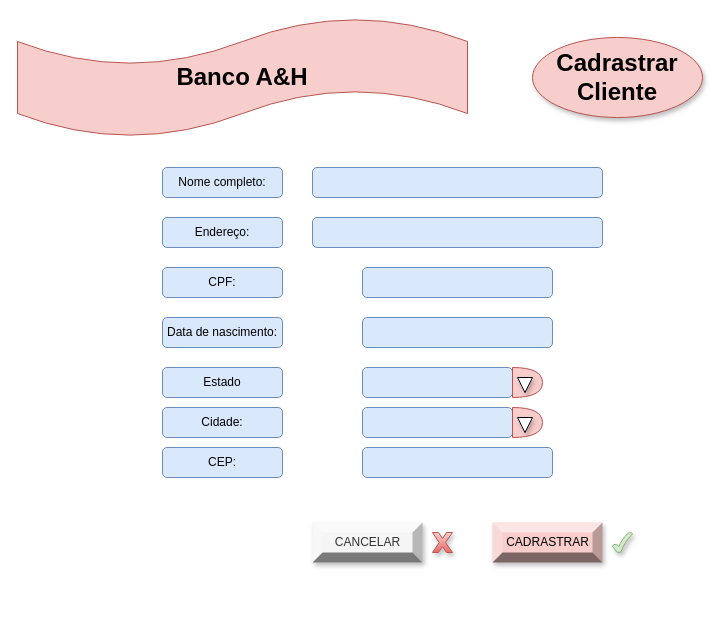
Before: page "Cadrastrar Cliente" (4 of 18) of Projeto Banco.drawio in altairfd/EngenhariaDeSoftware, a draw.io diagram. Source tidied: cells renumbered, new cells numbered last; positions are measured from the earlier drawing's top-left corner, leaving out a move shared by most shapes. Both pictures are drawn from the tidied source at 100%, with x=0, y=0 at pixel (17, 17).
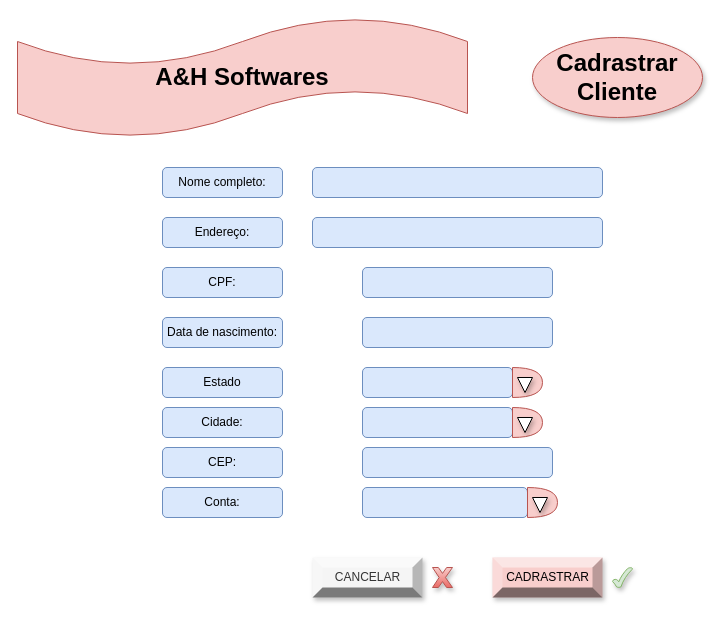
Above is the later version.

What changed in the source:
```diff
@@
-    <mxCell id="2" value="&lt;h1&gt;Banco A&amp;amp;H&lt;/h1&gt;" style="shape=tape;whiteSpace=wrap;html=1;fillColor=#f8cecc;strokeColor=#b85450;" parent="1" vertex="1">
+    <mxCell id="2" value="&lt;h1&gt;A&amp;amp;H Softwares&lt;/h1&gt;" style="shape=tape;whiteSpace=wrap;html=1;fillColor=#f8cecc;strokeColor=#b85450;" parent="1" vertex="1">
       <mxGeometry width="450" height="120" as="geometry" />
     </mxCell>
@@
     <mxCell id="21" value="CADRASTRAR" style="labelPosition=center;verticalLabelPosition=middle;align=center;html=1;shape=mxgraph.basic.shaded_button;dx=10;fillColor=#f8cecc;strokeColor=#b85450;shadow=1;labelBackgroundColor=none;fontFamily=Helvetica;sketch=0;" parent="1" vertex="1">
-      <mxGeometry x="475" y="505" width="110" height="40" as="geometry" />
+      <mxGeometry x="475" y="540" width="110" height="40" as="geometry" />
     </mxCell>
     <mxCell id="22" style="verticalLabelPosition=bottom;verticalAlign=top;html=1;shape=mxgraph.basic.tick;shadow=1;labelBackgroundColor=none;sketch=0;fontFamily=Helvetica;strokeColor=#82b366;fillColor=#d5e8d4;" parent="1" vertex="1">
-      <mxGeometry x="595" y="515" width="20" height="20" as="geometry" />
+      <mxGeometry x="595" y="550" width="20" height="20" as="geometry" />
     </mxCell>
     <mxCell id="23" value="CANCELAR" style="labelPosition=center;verticalLabelPosition=middle;align=center;html=1;shape=mxgraph.basic.shaded_button;dx=10;fillColor=#f5f5f5;strokeColor=#666666;shadow=1;labelBackgroundColor=none;fontFamily=Helvetica;sketch=0;fontColor=#333333;" parent="1" vertex="1">
-      <mxGeometry x="295" y="505" width="110" height="40" as="geometry" />
+      <mxGeometry x="295" y="540" width="110" height="40" as="geometry" />
     </mxCell>
     <mxCell id="24" style="verticalLabelPosition=bottom;verticalAlign=top;html=1;shape=mxgraph.basic.x;shadow=1;labelBackgroundColor=none;sketch=0;fontFamily=Helvetica;strokeColor=#b85450;fillColor=#f8cecc;gradientColor=#ea6b66;" parent="1" vertex="1">
-      <mxGeometry x="415" y="515" width="20" height="20" as="geometry" />
+      <mxGeometry x="415" y="550" width="20" height="20" as="geometry" />
     </mxCell>
@@
+    <mxCell id="26" value="Conta:" style="rounded=1;whiteSpace=wrap;html=1;labelBackgroundColor=none;fontFamily=Helvetica;fillColor=#dae8fc;strokeColor=#6c8ebf;" parent="1" vertex="1">
+      <mxGeometry x="145" y="470" width="120" height="30" as="geometry" />
+    </mxCell>
+    <mxCell id="27" style="rounded=1;whiteSpace=wrap;html=1;labelBackgroundColor=none;fontFamily=Helvetica;fillColor=#dae8fc;strokeColor=#6c8ebf;" parent="1" vertex="1">
+      <mxGeometry x="345" y="470" width="165" height="30" as="geometry" />
+    </mxCell>
+    <mxCell id="28" style="shape=or;whiteSpace=wrap;html=1;labelBackgroundColor=none;fontFamily=Helvetica;fillColor=#f8cecc;strokeColor=#b85450;" parent="1" vertex="1">
+      <mxGeometry x="510" y="470" width="30" height="30" as="geometry" />
+    </mxCell>
+    <mxCell id="29" style="html=1;shadow=1;dashed=0;align=center;verticalAlign=middle;shape=mxgraph.arrows2.arrow;dy=0.6;dx=40;direction=south;notch=0;labelBackgroundColor=none;fontFamily=Helvetica;fontColor=#000000;strokeColor=#000000;" parent="1" vertex="1">
+      <mxGeometry x="515" y="480" width="15" height="15" as="geometry" />
+    </mxCell>
```
